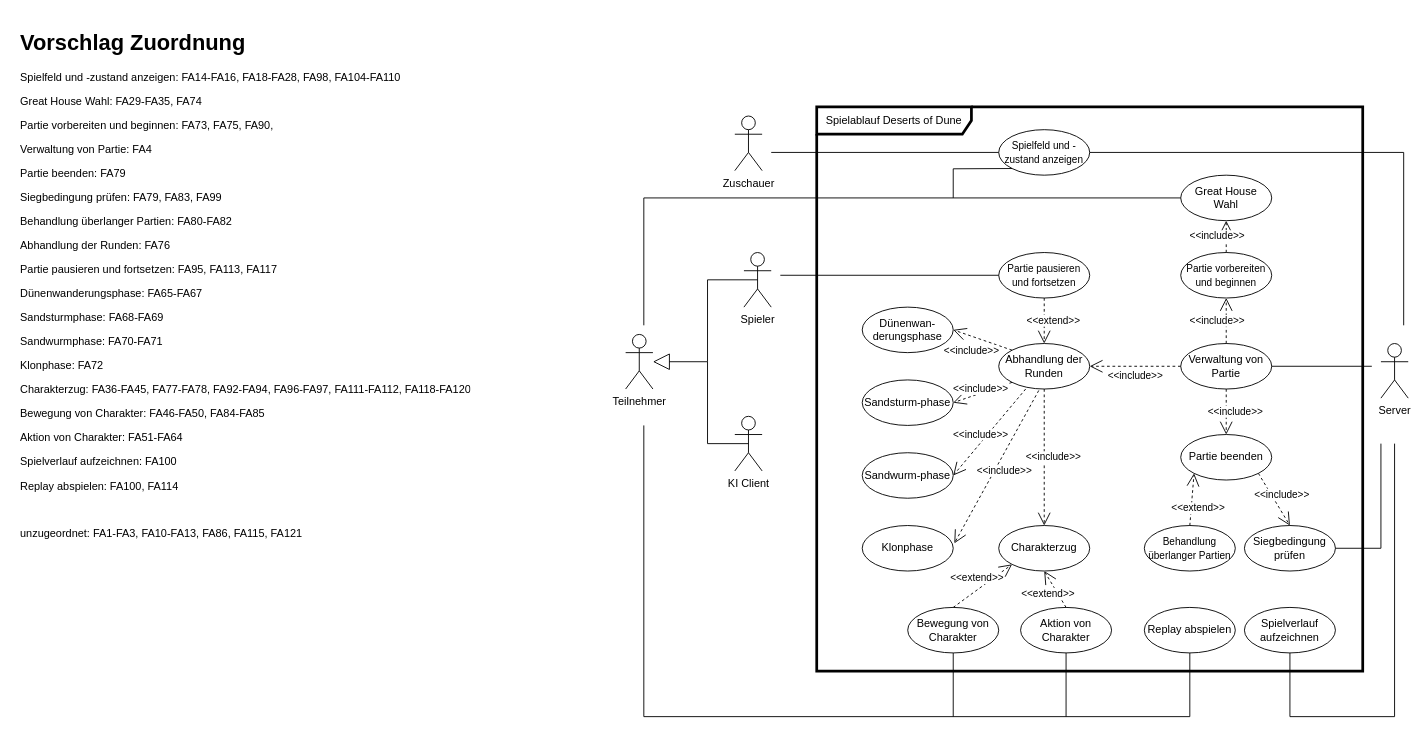
Above: Documentation/Models/Anwendungsfalldiagramm Spielablauf.drawio in LeverageAlex/DuneRTS (draw.io), before the change. Source tidied: cells renumbered, new cells numbered last; positions are measured from the earlier drawing's top-left corner, leaving out a move shared by most shapes. Both pictures are drawn from the tidied source at 91%, with x=0, y=0 at pixel (15, 25).
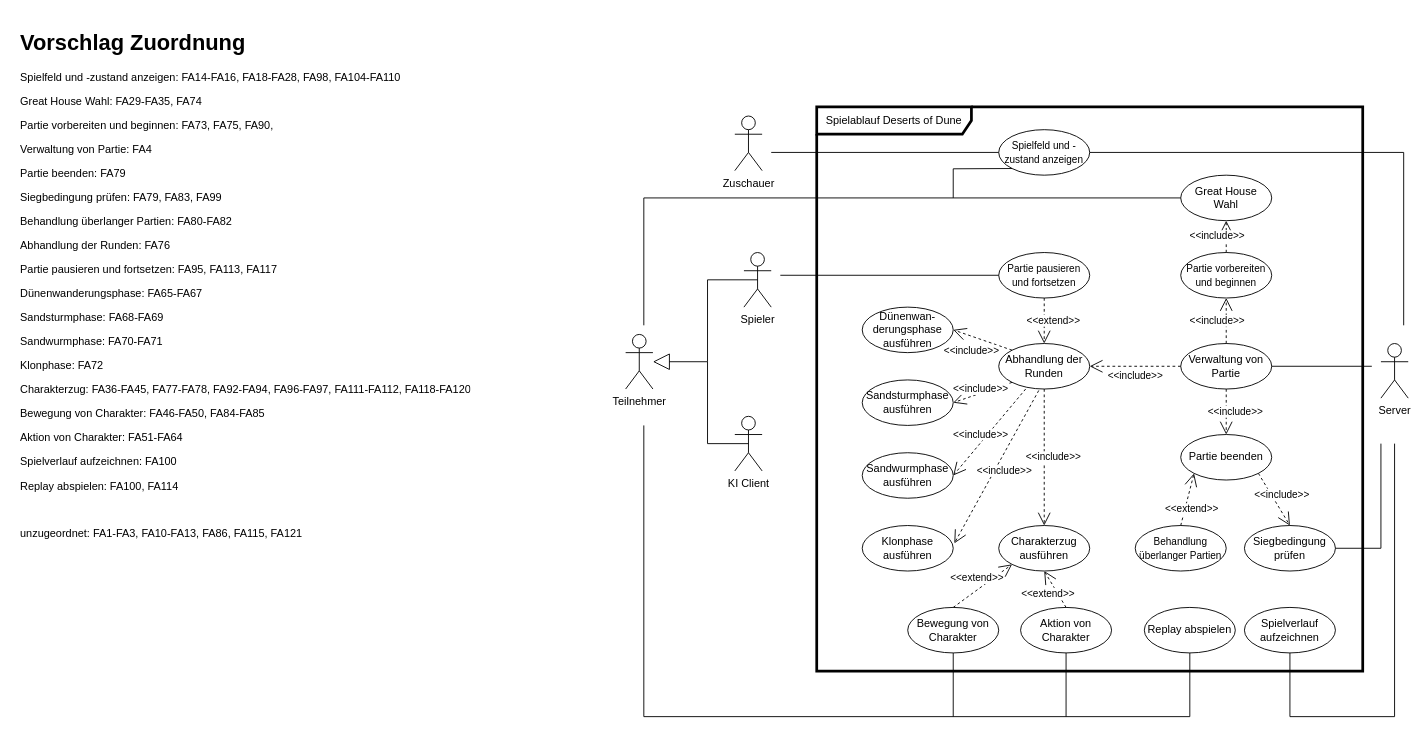
After the change.

Change to the diagram source:
```diff
@@
     <mxCell id="31" value="&lt;font style=&quot;font-size: 11px&quot;&gt;Behandlung überlanger Partien&lt;/font&gt;" style="ellipse;whiteSpace=wrap;html=1;" parent="1" vertex="1">
-      <mxGeometry x="1240" y="550" width="100" height="50" as="geometry" />
+      <mxGeometry x="1230" y="550" width="100" height="50" as="geometry" />
     </mxCell>
@@
-    <mxCell id="37" value="Dünenwan-derungsphase" style="ellipse;whiteSpace=wrap;html=1;" parent="1" vertex="1">
+    <mxCell id="37" value="Dünenwan-derungsphase&lt;br&gt;ausführen" style="ellipse;whiteSpace=wrap;html=1;" parent="1" vertex="1">
       <mxGeometry x="930" y="310" width="100" height="50" as="geometry" />
     </mxCell>
-    <mxCell id="38" value="Sandsturm-phase" style="ellipse;whiteSpace=wrap;html=1;" parent="1" vertex="1">
+    <mxCell id="38" value="Sandsturmphase&lt;br&gt;ausführen" style="ellipse;whiteSpace=wrap;html=1;" parent="1" vertex="1">
       <mxGeometry x="930" y="390" width="100" height="50" as="geometry" />
     </mxCell>
-    <mxCell id="39" value="Sandwurm-phase" style="ellipse;whiteSpace=wrap;html=1;" parent="1" vertex="1">
+    <mxCell id="39" value="Sandwurmphase&lt;br&gt;ausführen" style="ellipse;whiteSpace=wrap;html=1;" parent="1" vertex="1">
       <mxGeometry x="930" y="470" width="100" height="50" as="geometry" />
     </mxCell>
-    <mxCell id="40" value="Klonphase" style="ellipse;whiteSpace=wrap;html=1;" parent="1" vertex="1">
+    <mxCell id="40" value="Klonphase&lt;br&gt;ausführen" style="ellipse;whiteSpace=wrap;html=1;" parent="1" vertex="1">
       <mxGeometry x="930" y="550" width="100" height="50" as="geometry" />
     </mxCell>
@@
-    <mxCell id="45" value="Charakterzug" style="ellipse;whiteSpace=wrap;html=1;" parent="1" vertex="1">
+    <mxCell id="45" value="Charakterzug&lt;br&gt;ausführen" style="ellipse;whiteSpace=wrap;html=1;" parent="1" vertex="1">
       <mxGeometry x="1080" y="550" width="100" height="50" as="geometry" />
     </mxCell>
```
